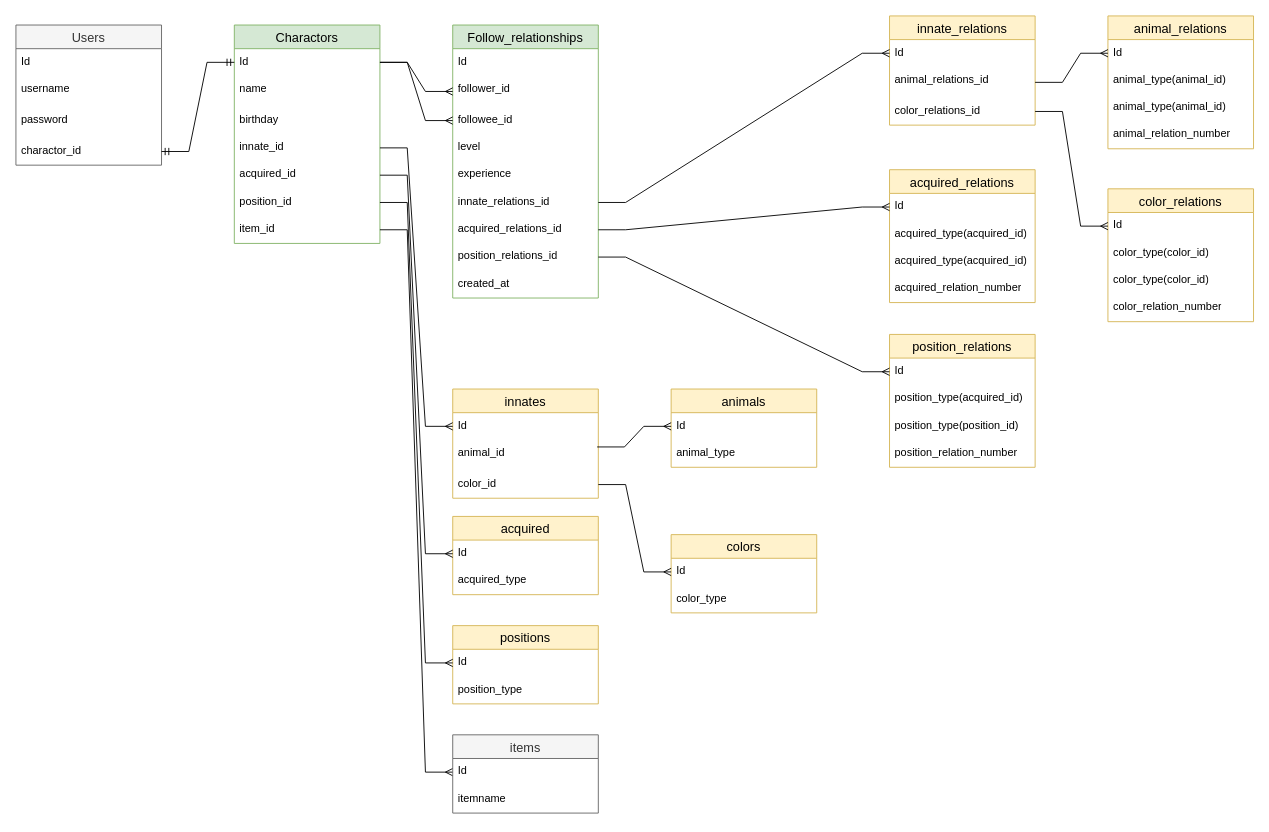
DaikiHIRAYAMA/Reegs keeps this draw.io diagram as page "DB" (1 of 2) of DB.drawio. Above is the earlier version. Source tidied: cells renumbered, new cells numbered last; positions are measured from the earlier drawing's top-left corner, leaving out a move shared by most shapes. Both pictures are drawn from the tidied source at 91%, with x=0, y=0 at pixel (15, 15).
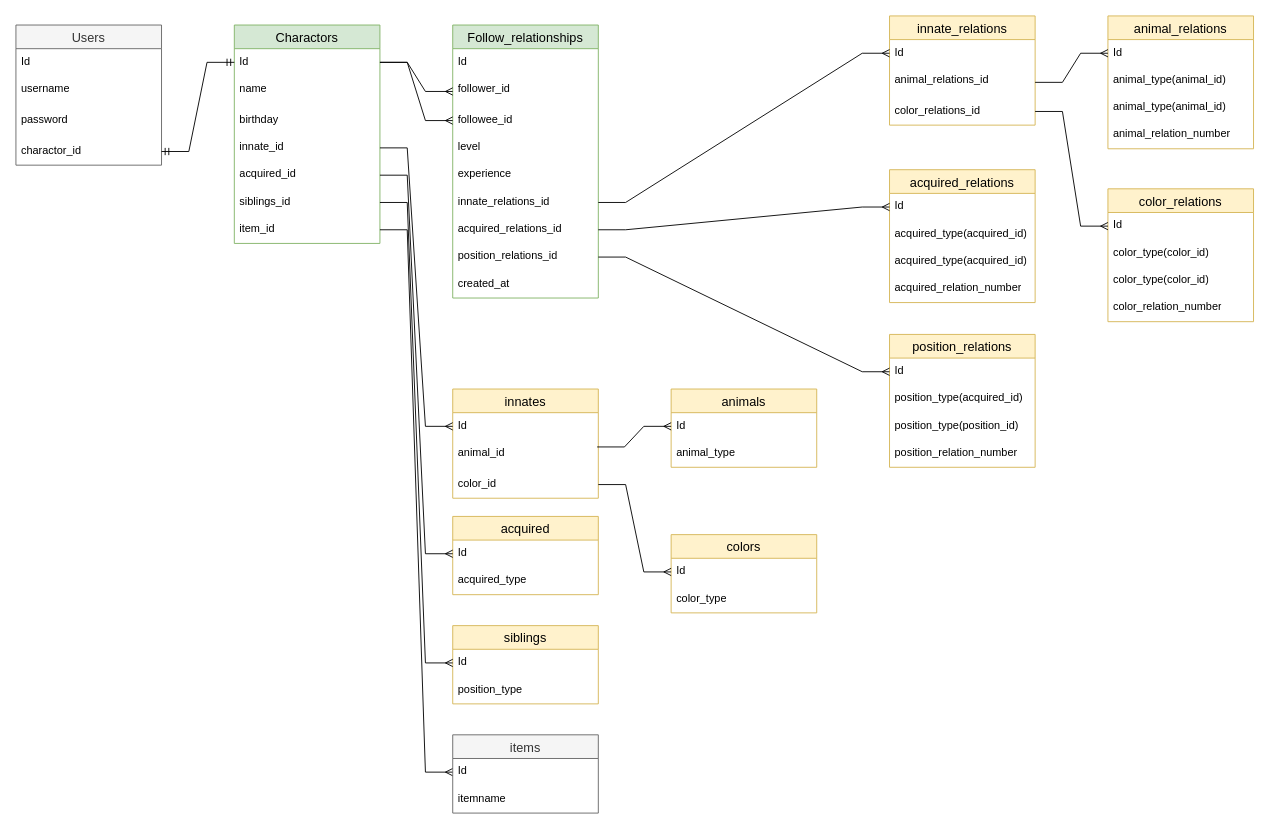
Above is the later version.

The change refers to these unchanged cells:
```xml
<mxCell id="2" value="Charactors" style="swimlane;fontStyle=0;horizontal=1;startSize=26;align=center;fontSize=14;fillColor=#d5e8d4;strokeColor=#82b366;" parent="1" vertex="1">
  <mxGeometry x="240" y="10" width="160" height="240" as="geometry" />
</mxCell>
```

Diff of the diagram source:
```diff
@@
-    <mxCell id="8" value="position_id" style="text;strokeColor=none;fillColor=none;spacingLeft=4;spacingRight=4;overflow=hidden;points=[[0,0.5],[1,0.5]];portConstraint=eastwest;fontSize=12;whiteSpace=wrap;html=1;" parent="2" vertex="1">
+    <mxCell id="8" value="siblings_id" style="text;strokeColor=none;fillColor=none;spacingLeft=4;spacingRight=4;overflow=hidden;points=[[0,0.5],[1,0.5]];portConstraint=eastwest;fontSize=12;whiteSpace=wrap;html=1;" parent="2" vertex="1">
       <mxGeometry y="180" width="160" height="30" as="geometry" />
     </mxCell>
@@
-    <mxCell id="35" value="positions" style="swimlane;fontStyle=0;horizontal=1;startSize=26;align=center;fontSize=14;fillColor=#fff2cc;strokeColor=#d6b656;" parent="1" vertex="1">
+    <mxCell id="35" value="siblings" style="swimlane;fontStyle=0;horizontal=1;startSize=26;align=center;fontSize=14;fillColor=#fff2cc;strokeColor=#d6b656;" parent="1" vertex="1">
       <mxGeometry x="480" y="670" width="160" height="86" as="geometry" />
     </mxCell>
```
